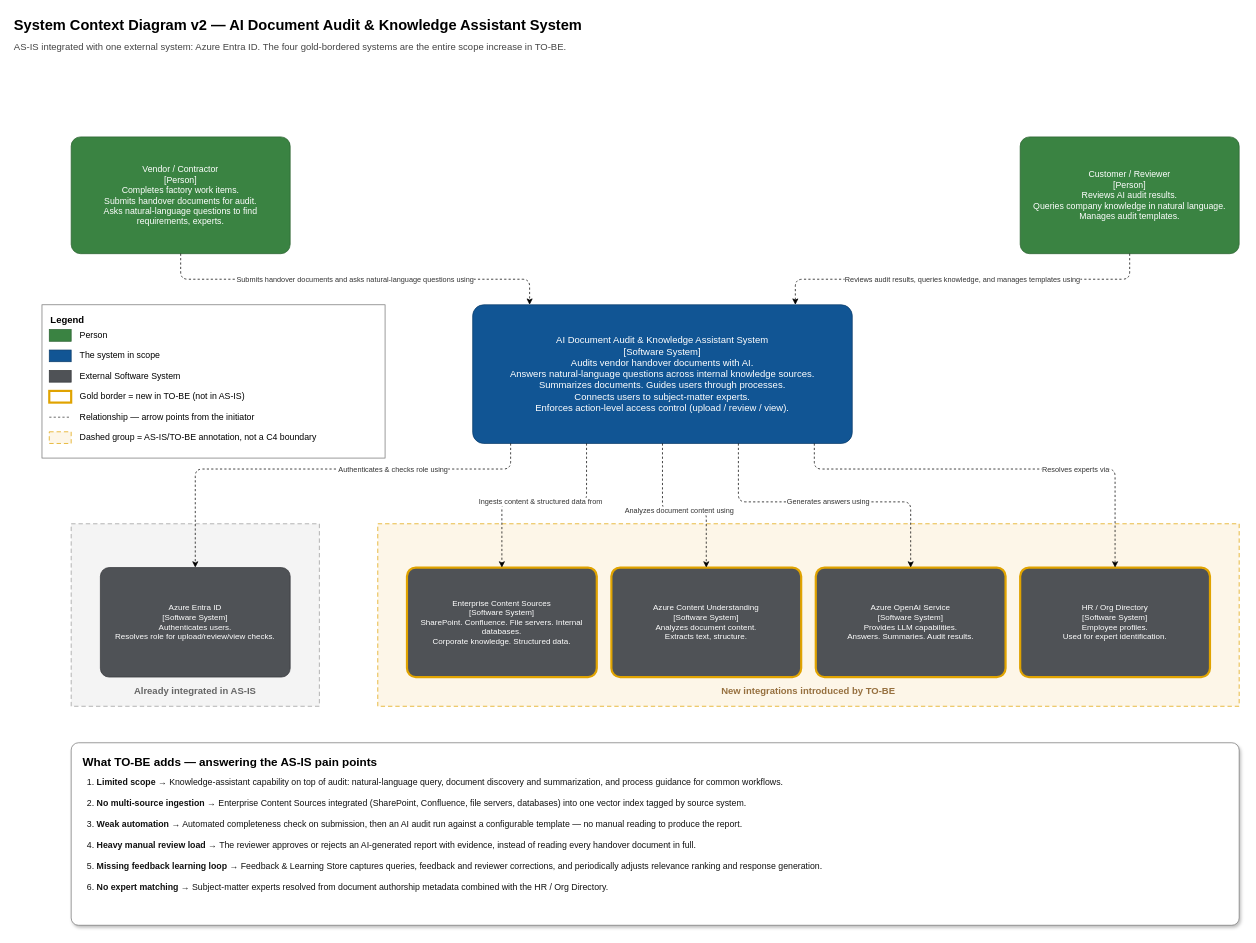
Above: [tobe]system_context_diagram.drawio in jackreacher1994/sa-nhom6 (draw.io), before the change. Source tidied: cells renumbered, new cells numbered last; positions are measured from the earlier drawing's top-left corner, leaving out a move shared by most shapes. Both pictures are drawn from the tidied source at 73%, with x=0, y=0 at pixel (12, 12).
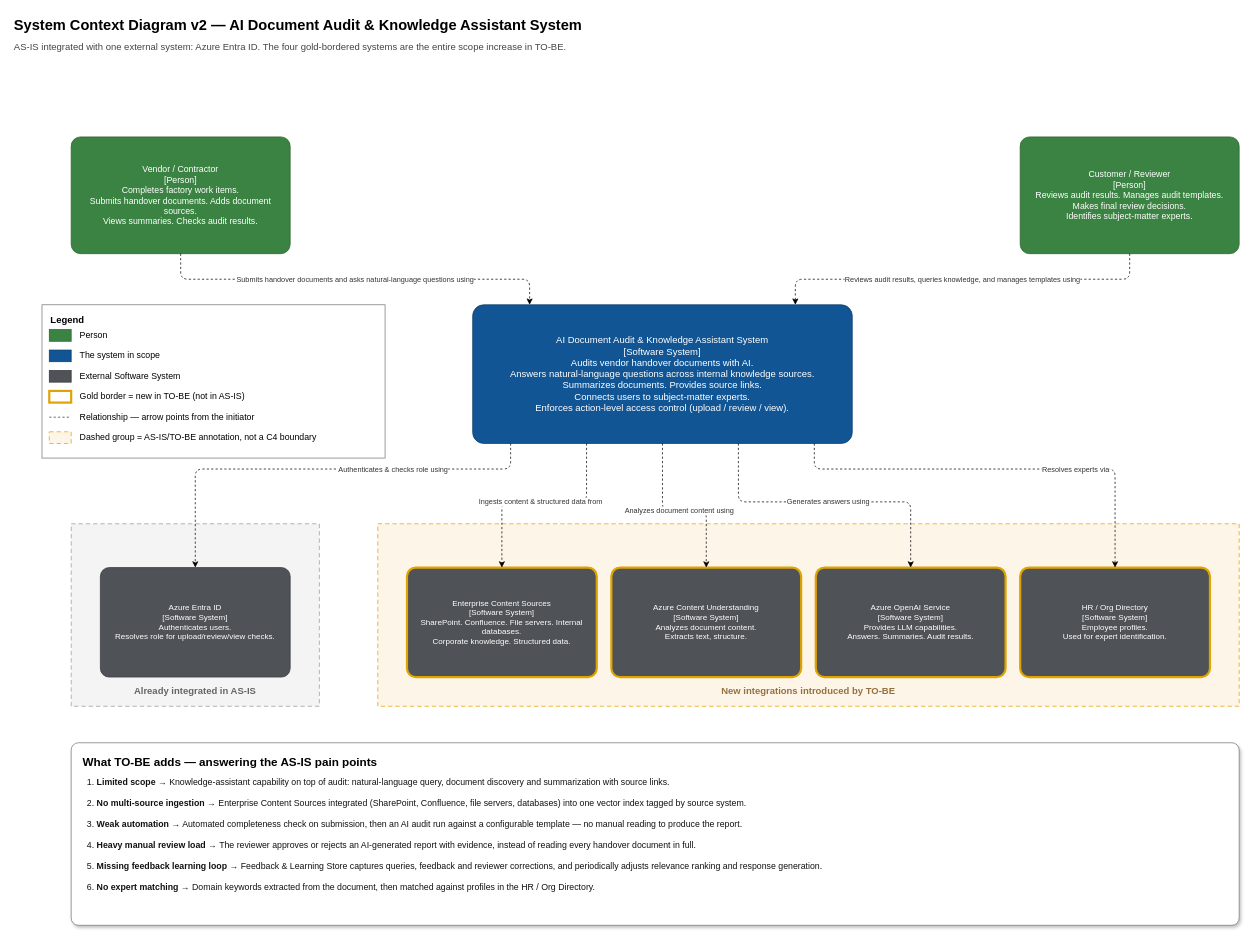
Above is the later version.

Commit message (it also covers changes not shown here):
update content base on srs

Unchanged cells that the change refers to:
```xml
<mxCell id="27" value="What TO-BE adds — answering the AS-IS pain points" style="rounded=1;arcSize=4;whiteSpace=wrap;html=1;fillColor=#ffffff;strokeColor=#777777;verticalAlign=top;align=left;fontSize=16;fontStyle=1;spacingLeft=14;spacingTop=10;shadow=1;" parent="1" vertex="1">
  <mxGeometry x="80" y="1000" width="1600" height="250" as="geometry" />
</mxCell>
```

Change to the diagram source:
```diff
@@
-    <mxCell id="17" value="Vendor / Contractor&#10;[Person]&#10;Completes factory work items.&#10;Submits handover documents for audit.&#10;Asks natural-language questions to find requirements, experts." style="rounded=1;arcSize=8;whiteSpace=wrap;html=1;fillColor=#3a8342;strokeColor=#2a6230;fontColor=#ffffff;fontSize=12;align=center;verticalAlign=middle;spacing=8;" parent="1" vertex="1">
+    <mxCell id="17" value="Vendor / Contractor&#10;[Person]&#10;Completes factory work items.&#10;Submits handover documents. Adds document sources.&#10;Views summaries. Checks audit results." style="rounded=1;arcSize=8;whiteSpace=wrap;html=1;fillColor=#3a8342;strokeColor=#2a6230;fontColor=#ffffff;fontSize=12;align=center;verticalAlign=middle;spacing=8;" parent="1" vertex="1">
       <mxGeometry x="80" y="170" width="300" height="160" as="geometry" />
     </mxCell>
-    <mxCell id="18" value="Customer / Reviewer&#10;[Person]&#10;Reviews AI audit results.&#10;Queries company knowledge in natural language.&#10;Manages audit templates." style="rounded=1;arcSize=8;whiteSpace=wrap;html=1;fillColor=#3a8342;strokeColor=#2a6230;fontColor=#ffffff;fontSize=12;align=center;verticalAlign=middle;spacing=8;" parent="1" vertex="1">
+    <mxCell id="18" value="Customer / Reviewer&#10;[Person]&#10;Reviews audit results. Manages audit templates.&#10;Makes final review decisions.&#10;Identifies subject-matter experts." style="rounded=1;arcSize=8;whiteSpace=wrap;html=1;fillColor=#3a8342;strokeColor=#2a6230;fontColor=#ffffff;fontSize=12;align=center;verticalAlign=middle;spacing=8;" parent="1" vertex="1">
       <mxGeometry x="1380" y="170" width="300" height="160" as="geometry" />
     </mxCell>
-    <mxCell id="19" value="AI Document Audit &amp; Knowledge Assistant System&#10;[Software System]&#10;Audits vendor handover documents with AI.&#10;Answers natural-language questions across internal knowledge sources.&#10;Summarizes documents. Guides users through processes.&#10;Connects users to subject-matter experts.&#10;Enforces action-level access control (upload / review / view)." style="rounded=1;arcSize=8;whiteSpace=wrap;html=1;fillColor=#115594;strokeColor=#0c3d6b;fontColor=#ffffff;fontSize=13;align=center;verticalAlign=middle;spacing=8;" parent="1" vertex="1">
+    <mxCell id="19" value="AI Document Audit &amp; Knowledge Assistant System&#10;[Software System]&#10;Audits vendor handover documents with AI.&#10;Answers natural-language questions across internal knowledge sources.&#10;Summarizes documents. Provides source links.&#10;Connects users to subject-matter experts.&#10;Enforces action-level access control (upload / review / view)." style="rounded=1;arcSize=8;whiteSpace=wrap;html=1;fillColor=#115594;strokeColor=#0c3d6b;fontColor=#ffffff;fontSize=13;align=center;verticalAlign=middle;spacing=8;" parent="1" vertex="1">
       <mxGeometry x="630" y="400" width="520" height="190" as="geometry" />
     </mxCell>
@@
-    <mxCell id="28" value="1. &lt;b&gt;Limited scope&lt;/b&gt; → Knowledge-assistant capability on top of audit: natural-language query, document discovery and summarization, and process guidance for common workflows.&#10;&#10;2. &lt;b&gt;No multi-source ingestion&lt;/b&gt; → Enterprise Content Sources integrated (SharePoint, Confluence, file servers, databases) into one vector index tagged by source system.&#10;&#10;3. &lt;b&gt;Weak automation&lt;/b&gt; → Automated completeness check on submission, then an AI audit run against a configurable template — no manual reading to produce the report.&#10;&#10;4. &lt;b&gt;Heavy manual review load&lt;/b&gt; → The reviewer approves or rejects an AI-generated report with evidence, instead of reading every handover document in full.&#10;&#10;5. &lt;b&gt;Missing feedback learning loop&lt;/b&gt; → Feedback &amp; Learning Store captures queries, feedback and reviewer corrections, and periodically adjusts relevance ranking and response generation.&#10;&#10;6. &lt;b&gt;No expert matching&lt;/b&gt; → Subject-matter experts resolved from document authorship metadata combined with the HR / Org Directory." style="text;html=1;align=left;verticalAlign=top;fontSize=12;fontColor=#111111;spacingLeft=4;" parent="27" vertex="1">
+    <mxCell id="28" value="1. &lt;b&gt;Limited scope&lt;/b&gt; → Knowledge-assistant capability on top of audit: natural-language query, document discovery and summarization with source links.&#10;&#10;2. &lt;b&gt;No multi-source ingestion&lt;/b&gt; → Enterprise Content Sources integrated (SharePoint, Confluence, file servers, databases) into one vector index tagged by source system.&#10;&#10;3. &lt;b&gt;Weak automation&lt;/b&gt; → Automated completeness check on submission, then an AI audit run against a configurable template — no manual reading to produce the report.&#10;&#10;4. &lt;b&gt;Heavy manual review load&lt;/b&gt; → The reviewer approves or rejects an AI-generated report with evidence, instead of reading every handover document in full.&#10;&#10;5. &lt;b&gt;Missing feedback learning loop&lt;/b&gt; → Feedback &amp; Learning Store captures queries, feedback and reviewer corrections, and periodically adjusts relevance ranking and response generation.&#10;&#10;6. &lt;b&gt;No expert matching&lt;/b&gt; → Domain keywords extracted from the document, then matched against profiles in the HR / Org Directory." style="text;html=1;align=left;verticalAlign=top;fontSize=12;fontColor=#111111;spacingLeft=4;" parent="27" vertex="1">
       <mxGeometry x="16" y="40" width="1570" height="200" as="geometry" />
     </mxCell>
```
